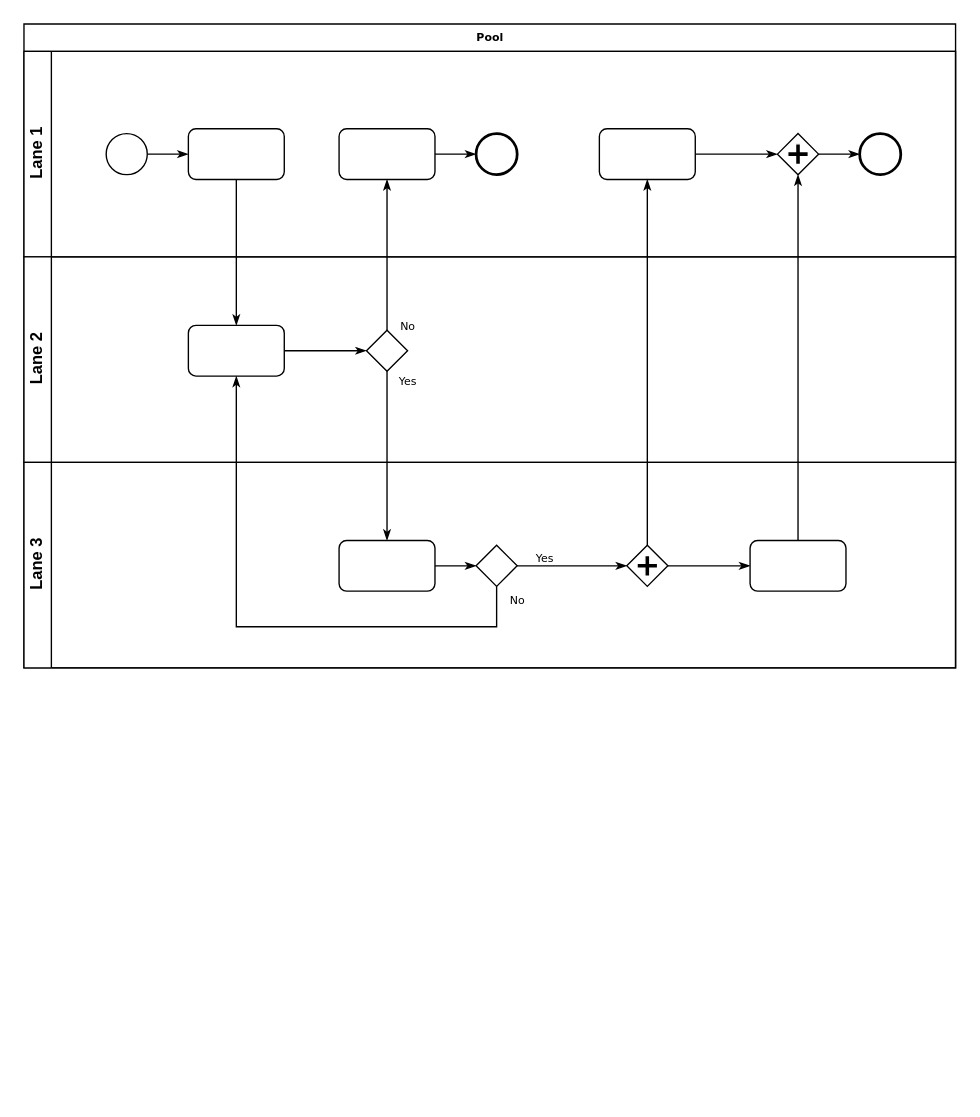
zeedrive/Draw keeps this draw.io diagram as Untitled Diagram.drawio. Above is the earlier version. Source tidied: cells renumbered, new cells numbered last; positions are measured from the earlier drawing's top-left corner, leaving out a move shared by most shapes. Both pictures are drawn from the tidied source at 137%, with x=0, y=0 at pixel (23, 23).
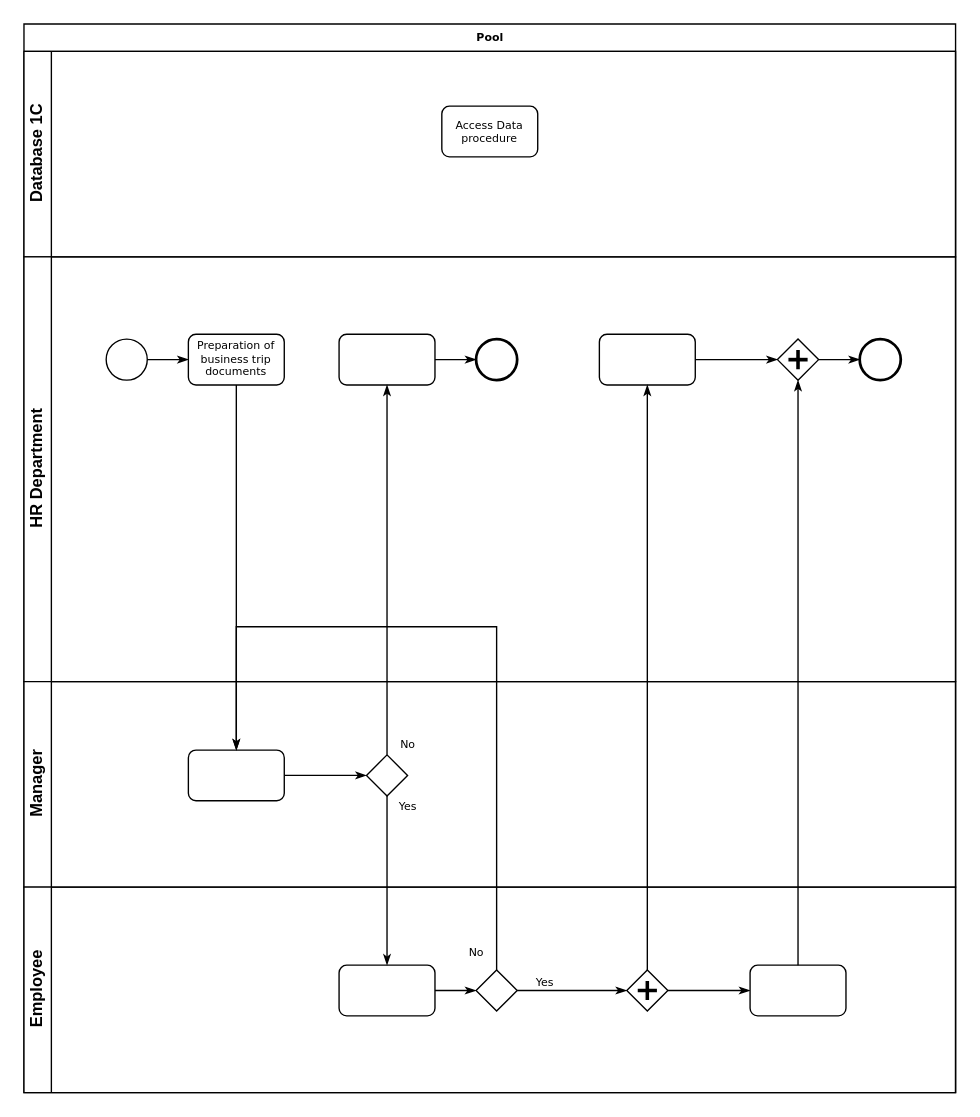
After the change.

What changed in the source:
```diff
@@
     <mxCell id="2" value="Pool" style="swimlane;html=1;horizontal=1;startSize=20;rounded=0;shadow=0;labelBackgroundColor=none;strokeWidth=1;fontFamily=Verdana;fontSize=8;align=center;" parent="1" vertex="1">
-      <mxGeometry width="680" height="470" as="geometry" />
+      <mxGeometry width="680" height="780" as="geometry" />
     </mxCell>
+    <mxCell id="33" value="Database 1C" style="swimlane;html=1;startSize=20;horizontal=0;" parent="2" vertex="1">
+      <mxGeometry y="20" width="680" height="150" as="geometry" />
+    </mxCell>
+    <mxCell id="34" value="Access Data procedure" style="rounded=1;whiteSpace=wrap;html=1;shadow=0;labelBackgroundColor=none;strokeWidth=1;fontFamily=Verdana;fontSize=8;align=center;" parent="33" vertex="1">
+      <mxGeometry x="305" y="40" width="70" height="37" as="geometry" />
+    </mxCell>
-    <mxCell id="3" value="Lane 1" style="swimlane;html=1;startSize=20;horizontal=0;" parent="2" vertex="1">
-      <mxGeometry y="20" width="680" height="150" as="geometry" />
+    <mxCell id="3" value="HR Department" style="swimlane;html=1;startSize=20;horizontal=0;" parent="2" vertex="1">
+      <mxGeometry y="170" width="680" height="310" as="geometry" />
     </mxCell>
-    <mxCell id="4" style="edgeStyle=orthogonalEdgeStyle;rounded=0;html=1;labelBackgroundColor=none;startArrow=none;startFill=0;startSize=5;endArrow=classicThin;endFill=1;endSize=5;jettySize=auto;strokeWidth=1;fontFamily=Verdana;fontSize=8;" parent="3" edge="1" source="5" target="6">
-      <mxGeometry relative="1" as="geometry" />
-    </mxCell>
-    <mxCell id="5" style="ellipse;whiteSpace=wrap;html=1;rounded=0;shadow=0;labelBackgroundColor=none;strokeWidth=1;fontFamily=Verdana;fontSize=8;align=center;" parent="3" vertex="1">
-      <mxGeometry x="60" y="60" width="30" height="30" as="geometry" />
-    </mxCell>
-    <mxCell id="6" style="rounded=1;whiteSpace=wrap;html=1;shadow=0;labelBackgroundColor=none;strokeWidth=1;fontFamily=Verdana;fontSize=8;align=center;" parent="3" vertex="1">
+    <mxCell id="6" value="Preparation of business trip documents" style="rounded=1;whiteSpace=wrap;html=1;shadow=0;labelBackgroundColor=none;strokeWidth=1;fontFamily=Verdana;fontSize=8;align=center;" parent="3" vertex="1">
       <mxGeometry x="120" y="56.5" width="70" height="37" as="geometry" />
     </mxCell>
@@
+    <mxCell id="5" style="ellipse;whiteSpace=wrap;html=1;rounded=0;shadow=0;labelBackgroundColor=none;strokeWidth=1;fontFamily=Verdana;fontSize=8;align=center;" parent="3" vertex="1">
+      <mxGeometry x="60" y="60" width="30" height="30" as="geometry" />
+    </mxCell>
+    <mxCell id="4" style="edgeStyle=orthogonalEdgeStyle;rounded=0;html=1;labelBackgroundColor=none;startArrow=none;startFill=0;startSize=5;endArrow=classicThin;endFill=1;endSize=5;jettySize=auto;strokeWidth=1;fontFamily=Verdana;fontSize=8;" parent="3" edge="1" source="5" target="6">
+      <mxGeometry relative="1" as="geometry" />
+    </mxCell>
-    <mxCell id="15" value="Lane 2" style="swimlane;html=1;startSize=20;horizontal=0;" parent="2" vertex="1">
-      <mxGeometry y="170" width="680" height="150" as="geometry" />
+    <mxCell id="15" value="&lt;div&gt;Manager&lt;/div&gt;" style="swimlane;html=1;startSize=20;horizontal=0;" parent="2" vertex="1">
+      <mxGeometry y="480" width="680" height="150" as="geometry" />
     </mxCell>
@@
-    <mxCell id="19" value="Lane 3" style="swimlane;html=1;startSize=20;horizontal=0;" parent="2" vertex="1">
-      <mxGeometry y="320" width="680" height="150" as="geometry" />
+    <mxCell id="19" value="Employee" style="swimlane;html=1;startSize=20;horizontal=0;" parent="2" vertex="1">
+      <mxGeometry y="630" width="680" height="150" as="geometry" />
     </mxCell>
```
